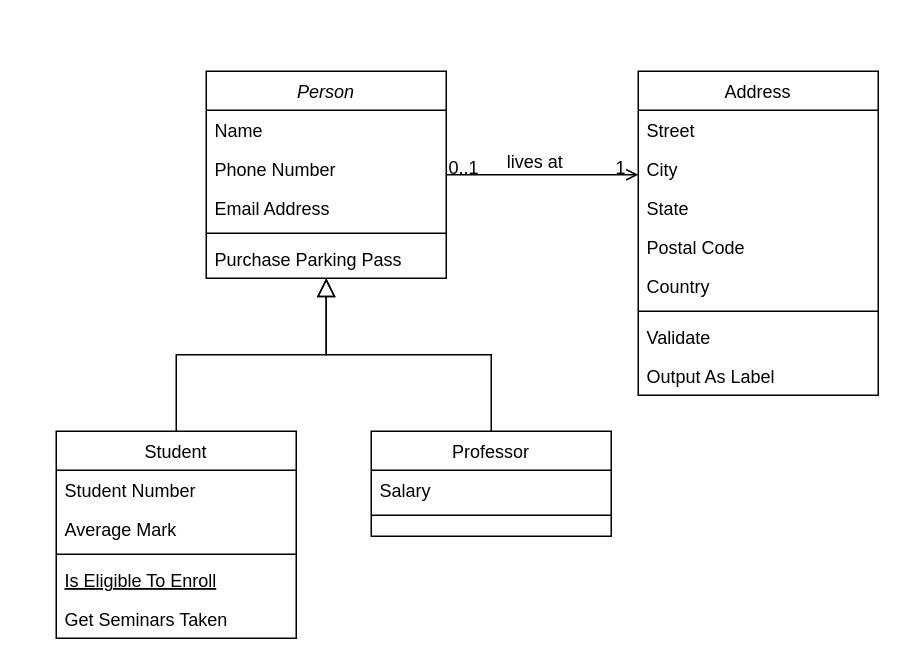
Above: drawio_files/25.drawio in lucasdreger/diagrams (draw.io), before the change. Source tidied: cells renumbered, new cells numbered last; positions are measured from the earlier drawing's top-left corner, leaving out a move shared by most shapes. Both pictures are drawn from the tidied source at 150%, with x=0, y=0 at pixel (56, 70).
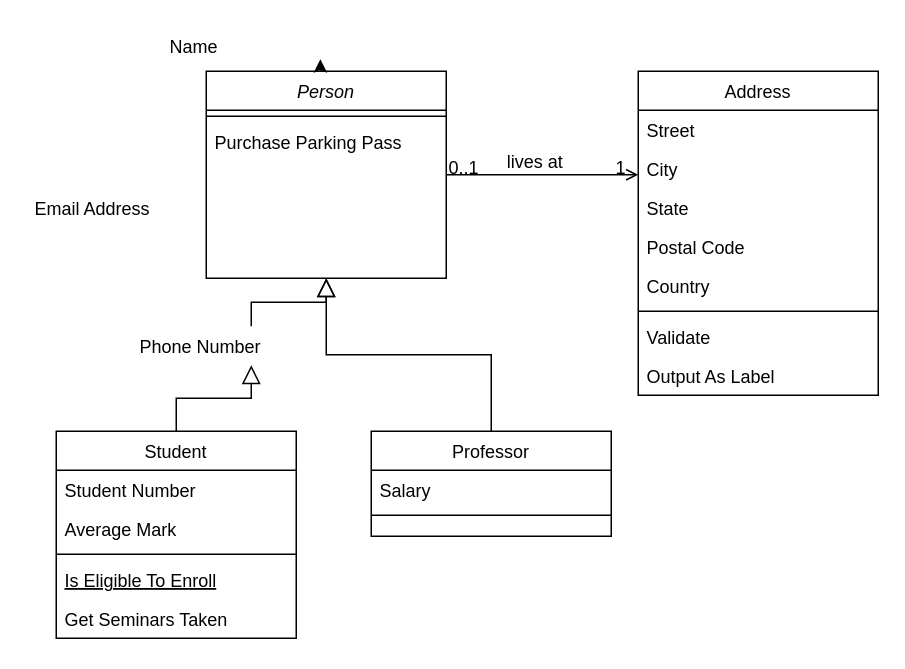
Above is the later version.

Unchanged cells that the change refers to:
```xml
<mxCell id="2" value="Person" style="swimlane;fontStyle=2;align=center;verticalAlign=top;horizontal=1;startSize=26;rounded=0;shadow=0;strokeWidth=1;" parent="1" vertex="1">
  <mxGeometry x="100" width="160" height="138" as="geometry" />
</mxCell>
<mxCell id="8" value="Student" style="swimlane;fontStyle=0;align=center;verticalAlign=top;horizontal=1;startSize=26;rounded=0;shadow=0;strokeWidth=1;" parent="1" vertex="1">
  <mxGeometry y="240" width="160" height="138" as="geometry" />
</mxCell>
```

What changed in the source:
```diff
@@
-    <mxCell id="3" value="Name" style="text;align=left;verticalAlign=top;spacingLeft=4;spacingRight=4;overflow=hidden;points=[[0,0.5],[1,0.5]];portConstraint=eastwest;" parent="2" vertex="1">
-      <mxGeometry y="26" width="160" height="26" as="geometry" />
-    </mxCell>
-    <mxCell id="4" value="Phone Number" style="text;align=left;verticalAlign=top;spacingLeft=4;spacingRight=4;overflow=hidden;points=[[0,0.5],[1,0.5]];portConstraint=eastwest;rounded=0;shadow=0;html=0;" parent="2" vertex="1">
-      <mxGeometry y="52" width="160" height="26" as="geometry" />
-    </mxCell>
-    <mxCell id="5" value="Email Address" style="text;align=left;verticalAlign=top;spacingLeft=4;spacingRight=4;overflow=hidden;rounded=0;shadow=0;html=0;" parent="2" vertex="1">
-      <mxGeometry y="78" width="160" height="26" as="geometry" />
-    </mxCell>
     <mxCell id="6" style="line;html=1;strokeWidth=1;align=left;verticalAlign=middle;spacingTop=-1;spacingLeft=3;spacingRight=3;labelPosition=right;" parent="2" vertex="1">
-      <mxGeometry y="104" width="160" height="8" as="geometry" />
+      <mxGeometry y="26" width="160" height="8" as="geometry" />
     </mxCell>
     <mxCell id="7" value="Purchase Parking Pass" style="text;align=left;verticalAlign=top;spacingLeft=4;spacingRight=4;overflow=hidden;" parent="2" vertex="1">
-      <mxGeometry y="112" width="160" height="26" as="geometry" />
+      <mxGeometry y="34" width="160" height="26" as="geometry" />
     </mxCell>
@@
-    <mxCell id="14" style="endArrow=block;endSize=10;endFill=0;shadow=0;strokeWidth=1;rounded=0;curved=0;edgeStyle=elbowEdgeStyle;elbow=vertical;" parent="1" edge="1" source="8" target="2">
+    <mxCell id="14" style="endArrow=block;endSize=10;endFill=0;shadow=0;strokeWidth=1;rounded=0;curved=0;edgeStyle=elbowEdgeStyle;elbow=vertical;" parent="1" edge="1" source="4" target="2">
       <mxGeometry relative="1" as="geometry" />
     </mxCell>
@@
+    <mxCell id="5" value="Email Address" style="text;align=left;verticalAlign=top;spacingLeft=4;spacingRight=4;overflow=hidden;rounded=0;shadow=0;html=0;" parent="1" vertex="1">
+      <mxGeometry x="-20" y="78" width="160" height="26" as="geometry" />
+    </mxCell>
+    <mxCell id="3" value="Name" style="text;align=left;verticalAlign=top;spacingLeft=4;spacingRight=4;overflow=hidden;points=[[0,0.5],[1,0.5]];portConstraint=eastwest;" parent="1" vertex="1">
+      <mxGeometry x="70" y="-30" width="160" height="26" as="geometry" />
+    </mxCell>
+    <mxCell id="32" style="edgeStyle=orthogonalEdgeStyle;rounded=0;jettySize=auto;html=1;exitX=0.5;exitY=0;exitDx=0;exitDy=0;entryX=0.663;entryY=0.846;entryDx=0;entryDy=0;entryPerimeter=0;" parent="1" edge="1" source="2" target="3">
+      <mxGeometry relative="1" as="geometry" />
+    </mxCell>
+    <mxCell id="33" style="endArrow=block;endSize=10;endFill=0;shadow=0;strokeWidth=1;rounded=0;curved=0;edgeStyle=elbowEdgeStyle;elbow=vertical;" parent="1" edge="1" source="8" target="4">
+      <mxGeometry relative="1" as="geometry" />
+    </mxCell>
+    <mxCell id="4" value="Phone Number" style="text;align=left;verticalAlign=top;spacingLeft=4;spacingRight=4;overflow=hidden;points=[[0,0.5],[1,0.5]];portConstraint=eastwest;rounded=0;shadow=0;html=0;" parent="1" vertex="1">
+      <mxGeometry x="50" y="170" width="160" height="26" as="geometry" />
+    </mxCell>
```
